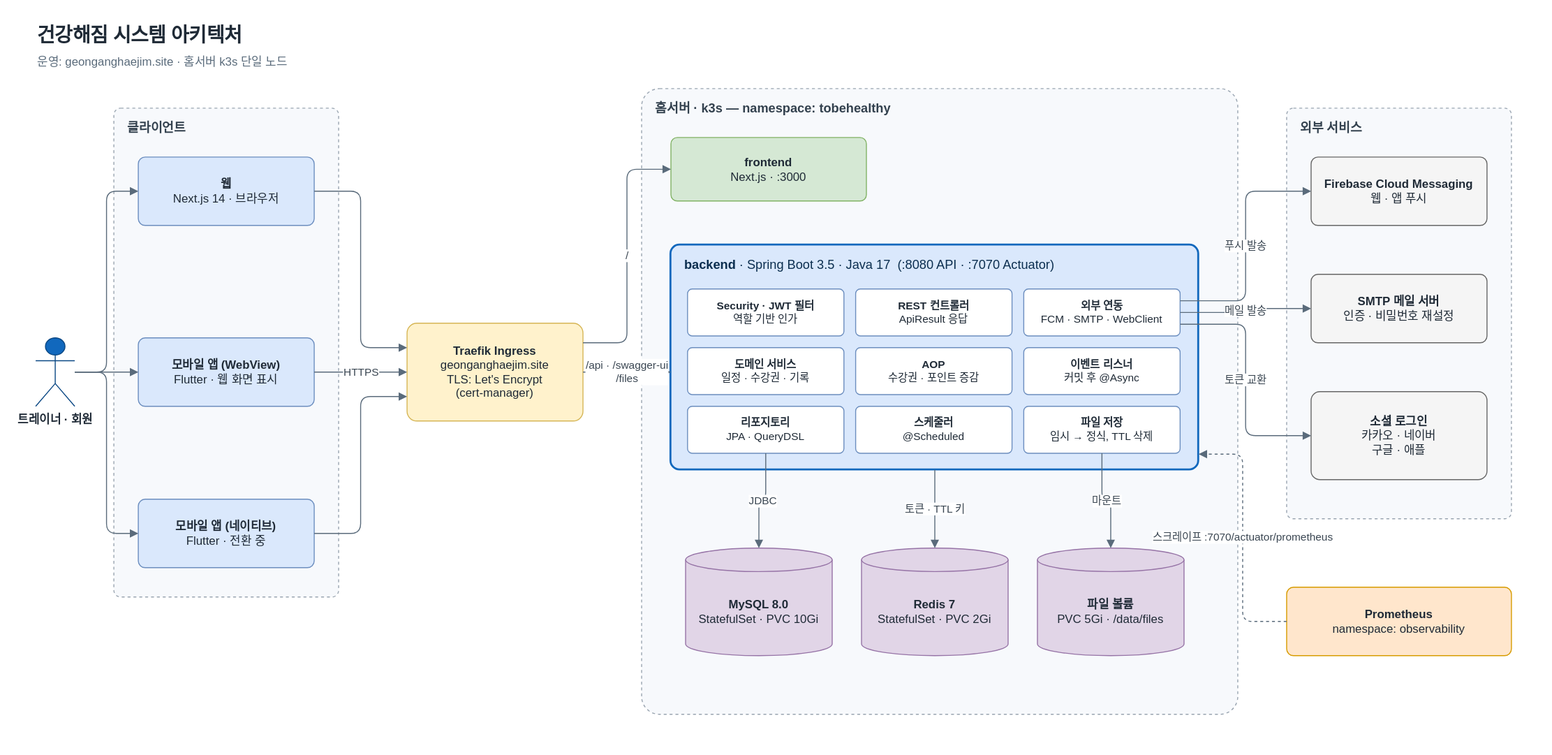
This is docs/diagrams/architecture.drawio.svg from geonganghaegym/geonganghaegym-backend, a draw.io export, as it was before one commit. Source tidied: cells renumbered, new cells last; positions are measured from the earlier drawing's top-left corner, leaving out a move shared by most shapes. Source of this version:
```xml
<mxGraphModel>
  <root>
    <mxCell id="0" />
    <mxCell id="1" parent="0" />
    <mxCell id="2" value="&lt;b&gt;건강해짐 시스템 아키텍처&lt;/b&gt;" style="text;html=1;align=left;verticalAlign=middle;fontSize=20;fontColor=#1F2A36;" parent="1" vertex="1">
      <mxGeometry width="700" height="30" as="geometry" />
    </mxCell>
    <mxCell id="3" value="운영: geonganghaejim.site · 홈서버 k3s 단일 노드" style="text;html=1;align=left;verticalAlign=middle;fontSize=12;fontColor=#5A6B7B;" parent="1" vertex="1">
      <mxGeometry y="32" width="700" height="22" as="geometry" />
    </mxCell>
    <mxCell id="4" value="클라이언트" style="rounded=1;arcSize=3;whiteSpace=wrap;html=1;dashed=1;fillColor=#F7F9FC;strokeColor=#9AA5B1;verticalAlign=top;align=left;spacingLeft=12;spacingTop=6;fontSize=13;fontStyle=1;fontColor=#33414E;" parent="1" vertex="1">
      <mxGeometry x="80" y="90" width="230" height="500" as="geometry" />
    </mxCell>
    <mxCell id="5" value="홈서버 · k3s — namespace: tobehealthy" style="rounded=1;arcSize=3;whiteSpace=wrap;html=1;dashed=1;fillColor=#F7F9FC;strokeColor=#9AA5B1;verticalAlign=top;align=left;spacingLeft=12;spacingTop=6;fontSize=13;fontStyle=1;fontColor=#33414E;" parent="1" vertex="1">
      <mxGeometry x="620" y="70" width="610" height="640" as="geometry" />
    </mxCell>
    <mxCell id="6" value="외부 서비스" style="rounded=1;arcSize=3;whiteSpace=wrap;html=1;dashed=1;fillColor=#F7F9FC;strokeColor=#9AA5B1;verticalAlign=top;align=left;spacingLeft=12;spacingTop=6;fontSize=13;fontStyle=1;fontColor=#33414E;" parent="1" vertex="1">
      <mxGeometry x="1280" y="90" width="230" height="420" as="geometry" />
    </mxCell>
    <mxCell id="7" value="트레이너 · 회원" style="shape=umlActor;verticalLabelPosition=bottom;verticalAlign=top;html=1;outlineConnect=0;fillColor=#1168BD;strokeColor=#0B4884;fontSize=12;fontStyle=1;fontColor=#1F2A36;" parent="1" vertex="1">
      <mxGeometry y="325" width="40" height="70" as="geometry" />
    </mxCell>
    <mxCell id="8" value="&lt;b&gt;웹&lt;/b&gt;&lt;br&gt;Next.js 14 · 브라우저" style="rounded=1;arcSize=10;whiteSpace=wrap;html=1;fontSize=12;fontColor=#1F2A36;fillColor=#DAE8FC;strokeColor=#6C8EBF;" parent="1" vertex="1">
      <mxGeometry x="105" y="140" width="180" height="70" as="geometry" />
    </mxCell>
    <mxCell id="9" value="&lt;b&gt;모바일 앱 (WebView)&lt;/b&gt;&lt;br&gt;Flutter · 웹 화면 표시" style="rounded=1;arcSize=10;whiteSpace=wrap;html=1;fontSize=12;fontColor=#1F2A36;fillColor=#DAE8FC;strokeColor=#6C8EBF;" parent="1" vertex="1">
      <mxGeometry x="105" y="325" width="180" height="70" as="geometry" />
    </mxCell>
    <mxCell id="10" value="&lt;b&gt;모바일 앱 (네이티브)&lt;/b&gt;&lt;br&gt;Flutter · 전환 중" style="rounded=1;arcSize=10;whiteSpace=wrap;html=1;fontSize=12;fontColor=#1F2A36;fillColor=#DAE8FC;strokeColor=#6C8EBF;" parent="1" vertex="1">
      <mxGeometry x="105" y="490" width="180" height="70" as="geometry" />
    </mxCell>
    <mxCell id="11" value="&lt;b&gt;Traefik Ingress&lt;/b&gt;&lt;br&gt;geonganghaejim.site&lt;br&gt;TLS: Let's Encrypt&lt;br&gt;(cert-manager)" style="rounded=1;arcSize=10;whiteSpace=wrap;html=1;fontSize=12;fontColor=#1F2A36;fillColor=#FFF2CC;strokeColor=#D6B656;" parent="1" vertex="1">
      <mxGeometry x="380" y="310" width="180" height="100" as="geometry" />
    </mxCell>
    <mxCell id="12" value="&lt;b&gt;frontend&lt;/b&gt;&lt;br&gt;Next.js · :3000" style="rounded=1;arcSize=10;whiteSpace=wrap;html=1;fontSize=12;fontColor=#1F2A36;fillColor=#D5E8D4;strokeColor=#82B366;" parent="1" vertex="1">
      <mxGeometry x="650" y="120" width="200" height="65" as="geometry" />
    </mxCell>
    <mxCell id="13" value="&lt;b&gt;backend&lt;/b&gt; · Spring Boot 3.5 · Java 17 &amp;nbsp;(:8080 API · :7070 Actuator)" style="rounded=1;arcSize=4;whiteSpace=wrap;html=1;fillColor=#DAE8FC;strokeColor=#1168BD;strokeWidth=2;verticalAlign=top;align=left;spacingLeft=12;spacingTop=6;fontSize=13;fontColor=#0B2E4F;" parent="1" vertex="1">
      <mxGeometry x="650" y="230" width="540" height="230" as="geometry" />
    </mxCell>
    <mxCell id="14" value="&lt;b&gt;Security · JWT 필터&lt;/b&gt;&lt;br&gt;역할 기반 인가" style="rounded=1;arcSize=10;whiteSpace=wrap;html=1;fontSize=12;fontColor=#1F2A36;fillColor=#FFFFFF;strokeColor=#6C8EBF;fontSize=11;" parent="1" vertex="1">
      <mxGeometry x="667" y="275" width="160" height="48" as="geometry" />
    </mxCell>
    <mxCell id="15" value="&lt;b&gt;REST 컨트롤러&lt;/b&gt;&lt;br&gt;ApiResult 응답" style="rounded=1;arcSize=10;whiteSpace=wrap;html=1;fontSize=12;fontColor=#1F2A36;fillColor=#FFFFFF;strokeColor=#6C8EBF;fontSize=11;" parent="1" vertex="1">
      <mxGeometry x="839" y="275" width="160" height="48" as="geometry" />
    </mxCell>
    <mxCell id="16" value="&lt;b&gt;외부 연동&lt;/b&gt;&lt;br&gt;FCM · SMTP · WebClient" style="rounded=1;arcSize=10;whiteSpace=wrap;html=1;fontSize=12;fontColor=#1F2A36;fillColor=#FFFFFF;strokeColor=#6C8EBF;fontSize=11;" parent="1" vertex="1">
      <mxGeometry x="1011" y="275" width="160" height="48" as="geometry" />
    </mxCell>
    <mxCell id="17" value="&lt;b&gt;도메인 서비스&lt;/b&gt;&lt;br&gt;일정 · 수강권 · 기록" style="rounded=1;arcSize=10;whiteSpace=wrap;html=1;fontSize=12;fontColor=#1F2A36;fillColor=#FFFFFF;strokeColor=#6C8EBF;fontSize=11;" parent="1" vertex="1">
      <mxGeometry x="667" y="335" width="160" height="48" as="geometry" />
    </mxCell>
    <mxCell id="18" value="&lt;b&gt;AOP&lt;/b&gt;&lt;br&gt;수강권 · 포인트 증감" style="rounded=1;arcSize=10;whiteSpace=wrap;html=1;fontSize=12;fontColor=#1F2A36;fillColor=#FFFFFF;strokeColor=#6C8EBF;fontSize=11;" parent="1" vertex="1">
      <mxGeometry x="839" y="335" width="160" height="48" as="geometry" />
    </mxCell>
    <mxCell id="19" value="&lt;b&gt;이벤트 리스너&lt;/b&gt;&lt;br&gt;커밋 후 @Async" style="rounded=1;arcSize=10;whiteSpace=wrap;html=1;fontSize=12;fontColor=#1F2A36;fillColor=#FFFFFF;strokeColor=#6C8EBF;fontSize=11;" parent="1" vertex="1">
      <mxGeometry x="1011" y="335" width="160" height="48" as="geometry" />
    </mxCell>
    <mxCell id="20" value="&lt;b&gt;리포지토리&lt;/b&gt;&lt;br&gt;JPA · QueryDSL" style="rounded=1;arcSize=10;whiteSpace=wrap;html=1;fontSize=12;fontColor=#1F2A36;fillColor=#FFFFFF;strokeColor=#6C8EBF;fontSize=11;" parent="1" vertex="1">
      <mxGeometry x="667" y="395" width="160" height="48" as="geometry" />
    </mxCell>
    <mxCell id="21" value="&lt;b&gt;스케줄러&lt;/b&gt;&lt;br&gt;@Scheduled" style="rounded=1;arcSize=10;whiteSpace=wrap;html=1;fontSize=12;fontColor=#1F2A36;fillColor=#FFFFFF;strokeColor=#6C8EBF;fontSize=11;" parent="1" vertex="1">
      <mxGeometry x="839" y="395" width="160" height="48" as="geometry" />
    </mxCell>
    <mxCell id="22" value="&lt;b&gt;파일 저장&lt;/b&gt;&lt;br&gt;임시 → 정식, TTL 삭제" style="rounded=1;arcSize=10;whiteSpace=wrap;html=1;fontSize=12;fontColor=#1F2A36;fillColor=#FFFFFF;strokeColor=#6C8EBF;fontSize=11;" parent="1" vertex="1">
      <mxGeometry x="1011" y="395" width="160" height="48" as="geometry" />
    </mxCell>
    <mxCell id="23" value="&lt;b&gt;MySQL 8.0&lt;/b&gt;&lt;br&gt;StatefulSet · PVC 10Gi" style="shape=cylinder3;whiteSpace=wrap;html=1;boundedLbl=1;backgroundOutline=1;size=12;fontSize=12;fillColor=#E1D5E7;strokeColor=#9673A6;fontColor=#1F2A36;" parent="1" vertex="1">
      <mxGeometry x="665" y="540" width="150" height="110" as="geometry" />
    </mxCell>
    <mxCell id="24" value="&lt;b&gt;Redis 7&lt;/b&gt;&lt;br&gt;StatefulSet · PVC 2Gi" style="shape=cylinder3;whiteSpace=wrap;html=1;boundedLbl=1;backgroundOutline=1;size=12;fontSize=12;fillColor=#E1D5E7;strokeColor=#9673A6;fontColor=#1F2A36;" parent="1" vertex="1">
      <mxGeometry x="845" y="540" width="150" height="110" as="geometry" />
    </mxCell>
    <mxCell id="25" value="&lt;b&gt;파일 볼륨&lt;/b&gt;&lt;br&gt;PVC 5Gi · /data/files" style="shape=cylinder3;whiteSpace=wrap;html=1;boundedLbl=1;backgroundOutline=1;size=12;fontSize=12;fillColor=#E1D5E7;strokeColor=#9673A6;fontColor=#1F2A36;" parent="1" vertex="1">
      <mxGeometry x="1025" y="540" width="150" height="110" as="geometry" />
    </mxCell>
    <mxCell id="26" value="&lt;b&gt;Firebase Cloud Messaging&lt;/b&gt;&lt;br&gt;웹 · 앱 푸시" style="rounded=1;arcSize=10;whiteSpace=wrap;html=1;fontSize=12;fontColor=#1F2A36;fillColor=#F5F5F5;strokeColor=#666666;" parent="1" vertex="1">
      <mxGeometry x="1305" y="140" width="180" height="70" as="geometry" />
    </mxCell>
    <mxCell id="27" value="&lt;b&gt;SMTP 메일 서버&lt;/b&gt;&lt;br&gt;인증 · 비밀번호 재설정" style="rounded=1;arcSize=10;whiteSpace=wrap;html=1;fontSize=12;fontColor=#1F2A36;fillColor=#F5F5F5;strokeColor=#666666;" parent="1" vertex="1">
      <mxGeometry x="1305" y="260" width="180" height="70" as="geometry" />
    </mxCell>
    <mxCell id="28" value="&lt;b&gt;소셜 로그인&lt;/b&gt;&lt;br&gt;카카오 · 네이버&lt;br&gt;구글 · 애플" style="rounded=1;arcSize=10;whiteSpace=wrap;html=1;fontSize=12;fontColor=#1F2A36;fillColor=#F5F5F5;strokeColor=#666666;" parent="1" vertex="1">
      <mxGeometry x="1305" y="380" width="180" height="90" as="geometry" />
    </mxCell>
    <mxCell id="29" value="&lt;b&gt;Prometheus&lt;/b&gt;&lt;br&gt;namespace: observability" style="rounded=1;arcSize=10;whiteSpace=wrap;html=1;fontSize=12;fontColor=#1F2A36;fillColor=#FFE6CC;strokeColor=#D79B00;" parent="1" vertex="1">
      <mxGeometry x="1280" y="580" width="230" height="70" as="geometry" />
    </mxCell>
    <mxCell id="30" style="edgeStyle=orthogonalEdgeStyle;rounded=1;html=1;endArrow=block;endFill=1;strokeColor=#5A6B7B;fontSize=11;fontColor=#3A4652;labelBackgroundColor=#FFFFFF;exitX=1;exitY=0.5;entryX=0;entryY=0.5;" parent="1" edge="1" source="7" target="8">
      <mxGeometry relative="1" as="geometry" />
    </mxCell>
    <mxCell id="31" style="edgeStyle=orthogonalEdgeStyle;rounded=1;html=1;endArrow=block;endFill=1;strokeColor=#5A6B7B;fontSize=11;fontColor=#3A4652;labelBackgroundColor=#FFFFFF;exitX=1;exitY=0.5;entryX=0;entryY=0.5;" parent="1" edge="1" source="7" target="9">
      <mxGeometry relative="1" as="geometry" />
    </mxCell>
    <mxCell id="32" style="edgeStyle=orthogonalEdgeStyle;rounded=1;html=1;endArrow=block;endFill=1;strokeColor=#5A6B7B;fontSize=11;fontColor=#3A4652;labelBackgroundColor=#FFFFFF;exitX=1;exitY=0.5;entryX=0;entryY=0.5;" parent="1" edge="1" source="7" target="10">
      <mxGeometry relative="1" as="geometry" />
    </mxCell>
    <mxCell id="33" style="edgeStyle=orthogonalEdgeStyle;rounded=1;html=1;endArrow=block;endFill=1;strokeColor=#5A6B7B;fontSize=11;fontColor=#3A4652;labelBackgroundColor=#FFFFFF;exitX=1;exitY=0.5;entryX=0;entryY=0.25;" parent="1" edge="1" source="8" target="11">
      <mxGeometry relative="1" as="geometry" />
    </mxCell>
    <mxCell id="34" value="HTTPS" style="edgeStyle=orthogonalEdgeStyle;rounded=1;html=1;endArrow=block;endFill=1;strokeColor=#5A6B7B;fontSize=11;fontColor=#3A4652;labelBackgroundColor=#FFFFFF;exitX=1;exitY=0.5;entryX=0;entryY=0.5;" parent="1" edge="1" source="9" target="11">
      <mxGeometry relative="1" as="geometry" />
    </mxCell>
    <mxCell id="35" style="edgeStyle=orthogonalEdgeStyle;rounded=1;html=1;endArrow=block;endFill=1;strokeColor=#5A6B7B;fontSize=11;fontColor=#3A4652;labelBackgroundColor=#FFFFFF;exitX=1;exitY=0.5;entryX=0;entryY=0.75;" parent="1" edge="1" source="10" target="11">
      <mxGeometry relative="1" as="geometry" />
    </mxCell>
    <mxCell id="36" value="/" style="edgeStyle=orthogonalEdgeStyle;rounded=1;html=1;endArrow=block;endFill=1;strokeColor=#5A6B7B;fontSize=11;fontColor=#3A4652;labelBackgroundColor=#FFFFFF;exitX=1;exitY=0.2;entryX=0;entryY=0.5;" parent="1" edge="1" source="11" target="12">
      <mxGeometry relative="1" as="geometry" />
    </mxCell>
    <mxCell id="37" value="/api · /swagger-ui&lt;br&gt;/files" style="edgeStyle=orthogonalEdgeStyle;rounded=1;html=1;endArrow=block;endFill=1;strokeColor=#5A6B7B;fontSize=11;fontColor=#3A4652;labelBackgroundColor=#FFFFFF;exitX=1;exitY=0.5;entryX=0;entryY=0.565;" parent="1" edge="1" source="11" target="13">
      <mxGeometry relative="1" as="geometry" />
    </mxCell>
    <mxCell id="38" value="JDBC" style="edgeStyle=orthogonalEdgeStyle;rounded=1;html=1;endArrow=block;endFill=1;strokeColor=#5A6B7B;fontSize=11;fontColor=#3A4652;labelBackgroundColor=#FFFFFF;exitX=0.5;exitY=1;entryX=0.5;entryY=0;" parent="1" edge="1" source="20" target="23">
      <mxGeometry relative="1" as="geometry" />
    </mxCell>
    <mxCell id="39" value="토큰 · TTL 키" style="edgeStyle=orthogonalEdgeStyle;rounded=1;html=1;endArrow=block;endFill=1;strokeColor=#5A6B7B;fontSize=11;fontColor=#3A4652;labelBackgroundColor=#FFFFFF;exitX=0.5;exitY=1;entryX=0.5;entryY=0;" parent="1" edge="1" source="13" target="24">
      <mxGeometry relative="1" as="geometry" />
    </mxCell>
    <mxCell id="40" value="마운트" style="edgeStyle=orthogonalEdgeStyle;rounded=1;html=1;endArrow=block;endFill=1;strokeColor=#5A6B7B;fontSize=11;fontColor=#3A4652;labelBackgroundColor=#FFFFFF;exitX=0.5;exitY=1;entryX=0.5;entryY=0;" parent="1" edge="1" source="22" target="25">
      <mxGeometry relative="1" as="geometry" />
    </mxCell>
    <mxCell id="41" value="푸시 발송" style="edgeStyle=orthogonalEdgeStyle;rounded=1;html=1;endArrow=block;endFill=1;strokeColor=#5A6B7B;fontSize=11;fontColor=#3A4652;labelBackgroundColor=#FFFFFF;exitX=1;exitY=0.25;entryX=0;entryY=0.5;" parent="1" edge="1" source="16" target="26">
      <mxGeometry relative="1" as="geometry" />
    </mxCell>
    <mxCell id="42" value="메일 발송" style="edgeStyle=orthogonalEdgeStyle;rounded=1;html=1;endArrow=block;endFill=1;strokeColor=#5A6B7B;fontSize=11;fontColor=#3A4652;labelBackgroundColor=#FFFFFF;exitX=1;exitY=0.5;entryX=0;entryY=0.5;" parent="1" edge="1" source="16" target="27">
      <mxGeometry relative="1" as="geometry" />
    </mxCell>
    <mxCell id="43" value="토큰 교환" style="edgeStyle=orthogonalEdgeStyle;rounded=1;html=1;endArrow=block;endFill=1;strokeColor=#5A6B7B;fontSize=11;fontColor=#3A4652;labelBackgroundColor=#FFFFFF;exitX=1;exitY=0.75;entryX=0;entryY=0.5;" parent="1" edge="1" source="16" target="28">
      <mxGeometry relative="1" as="geometry" />
    </mxCell>
    <mxCell id="44" value="스크레이프 :7070/actuator/prometheus" style="edgeStyle=orthogonalEdgeStyle;rounded=1;html=1;endArrow=block;endFill=1;strokeColor=#5A6B7B;fontSize=11;fontColor=#3A4652;labelBackgroundColor=#FFFFFF;dashed=1;exitX=0;exitY=0.5;entryX=1;entryY=0.93;" parent="1" edge="1" source="29" target="13">
      <mxGeometry relative="1" as="geometry" />
    </mxCell>
  </root>
</mxGraphModel>
```
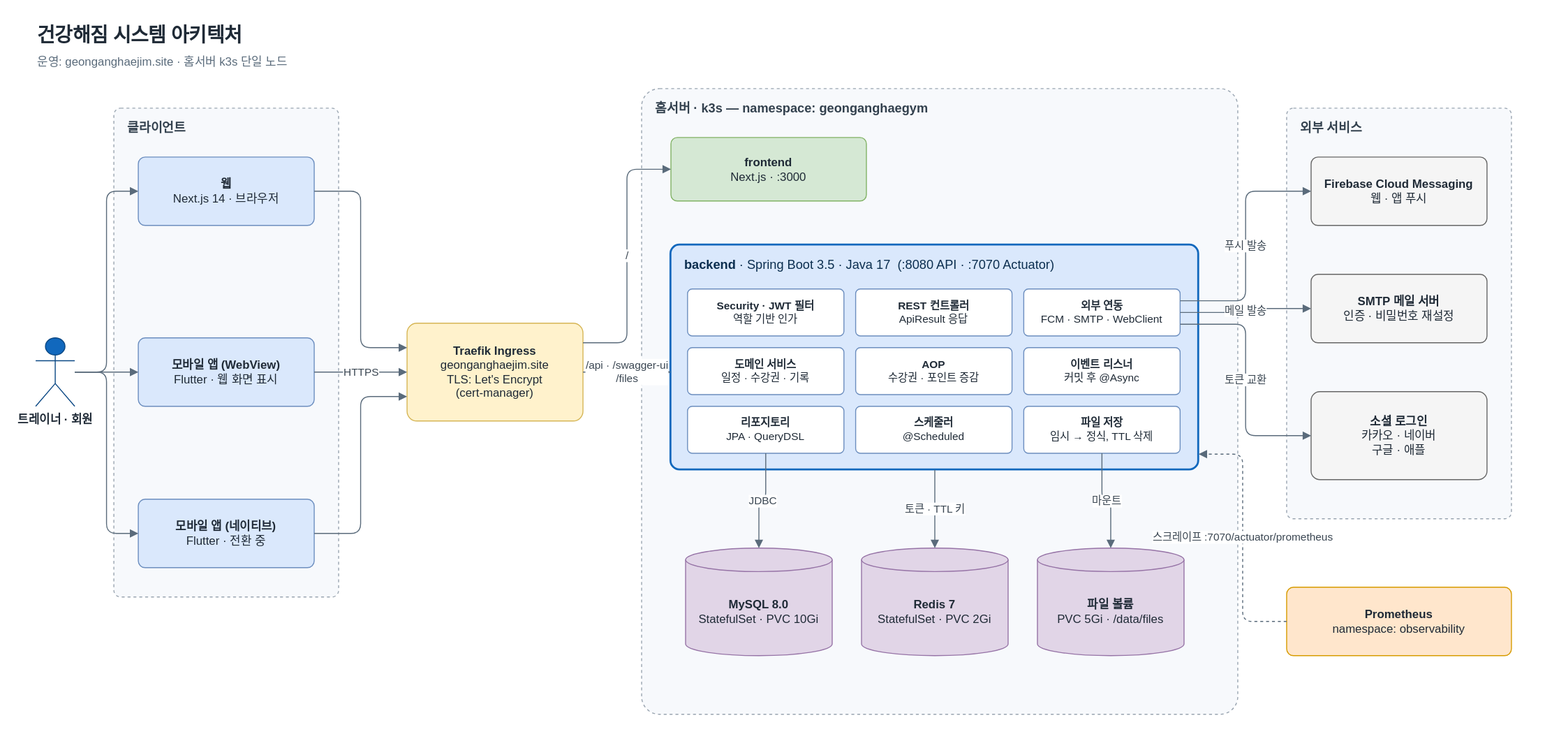
The same file after the commit.

Diff of the diagram source:
```diff
@@ -11,7 +11,7 @@
     <mxCell id="4" value="클라이언트" style="rounded=1;arcSize=3;whiteSpace=wrap;html=1;dashed=1;fillColor=#F7F9FC;strokeColor=#9AA5B1;verticalAlign=top;align=left;spacingLeft=12;spacingTop=6;fontSize=13;fontStyle=1;fontColor=#33414E;" parent="1" vertex="1">
       <mxGeometry x="80" y="90" width="230" height="500" as="geometry" />
     </mxCell>
-    <mxCell id="5" value="홈서버 · k3s — namespace: tobehealthy" style="rounded=1;arcSize=3;whiteSpace=wrap;html=1;dashed=1;fillColor=#F7F9FC;strokeColor=#9AA5B1;verticalAlign=top;align=left;spacingLeft=12;spacingTop=6;fontSize=13;fontStyle=1;fontColor=#33414E;" parent="1" vertex="1">
+    <mxCell id="5" value="홈서버 · k3s — namespace: geonganghaegym" style="rounded=1;arcSize=3;whiteSpace=wrap;html=1;dashed=1;fillColor=#F7F9FC;strokeColor=#9AA5B1;verticalAlign=top;align=left;spacingLeft=12;spacingTop=6;fontSize=13;fontStyle=1;fontColor=#33414E;" parent="1" vertex="1">
       <mxGeometry x="620" y="70" width="610" height="640" as="geometry" />
     </mxCell>
     <mxCell id="6" value="외부 서비스" style="rounded=1;arcSize=3;whiteSpace=wrap;html=1;dashed=1;fillColor=#F7F9FC;strokeColor=#9AA5B1;verticalAlign=top;align=left;spacingLeft=12;spacingTop=6;fontSize=13;fontStyle=1;fontColor=#33414E;" parent="1" vertex="1">
```
